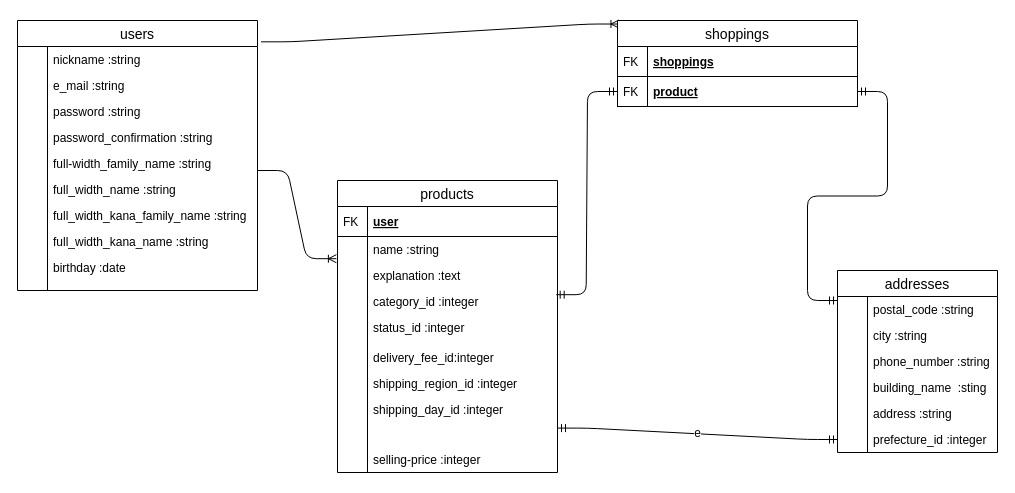
Above: .drawio in fujikatatatsuki/furima-29233 (draw.io), before the change. Source tidied: cells renumbered, new cells numbered last; positions are measured from the earlier drawing's top-left corner, leaving out a move shared by most shapes. Both pictures are drawn from the tidied source at 100%, with x=0, y=0 at pixel (17, 20).
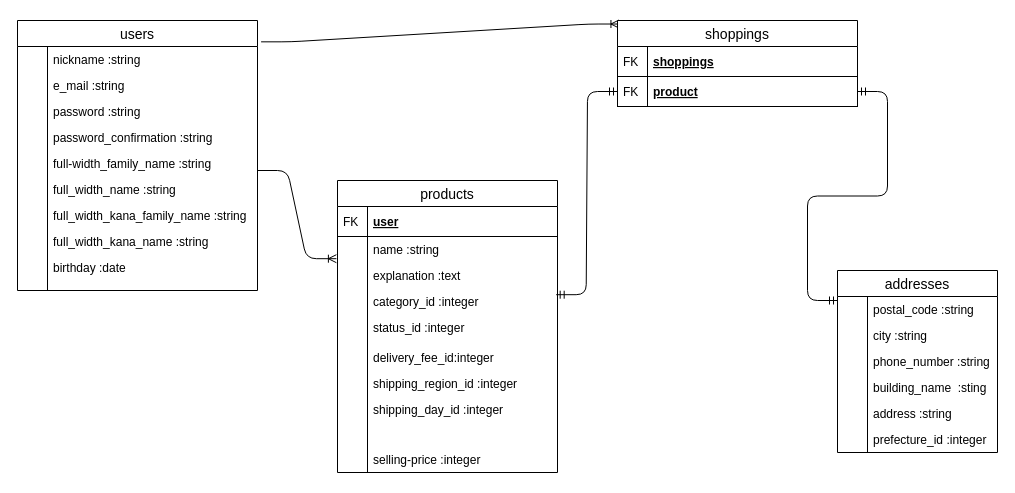
The same page after the edit.

Commit message (it also covers changes not shown here):
データベース設計（レビュー箇所の修正）

The change refers to these unchanged cells:
```xml
<mxCell id="65" value="prefecture_id :integer" style="shape=partialRectangle;top=0;left=0;right=0;bottom=0;align=left;verticalAlign=top;fillColor=none;spacingLeft=34;spacingRight=4;overflow=hidden;points=[[0,0.5],[1,0.5]];portConstraint=eastwest;fontSize=12;" parent="54" vertex="1">
  <mxGeometry y="156" width="160" height="26" as="geometry" />
</mxCell>
```

What changed in the source:
```diff
@@
-    <mxCell id="52" value="e" style="edgeStyle=entityRelationEdgeStyle;fontSize=12;html=1;endArrow=ERmandOne;startArrow=ERmandOne;entryX=0;entryY=0.5;entryDx=0;entryDy=0;exitX=0.994;exitY=0.238;exitDx=0;exitDy=0;exitPerimeter=0;" parent="1" edge="1" target="65">
-      <mxGeometry relative="1" as="geometry">
-        <mxPoint x="540" y="407.6" as="sourcePoint" />
-      </mxGeometry>
-    </mxCell>
```
